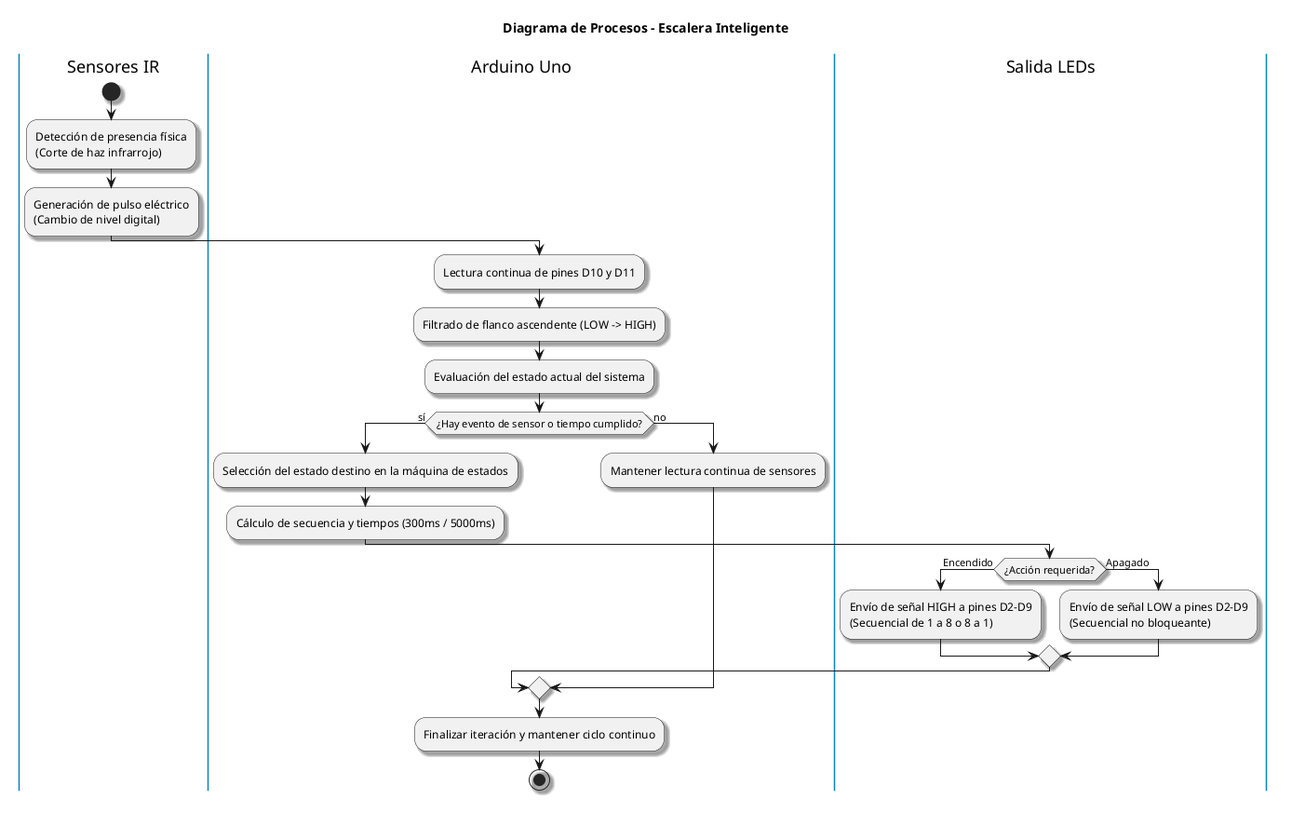
Earlier version of the PlantUML export docs/imagenes/diagrama-procesos.png (Stirven0/Lus-Escaleras-Arduino). The source it was exported from:
```plantuml
@startuml diagrama-procesos
title Diagrama de Procesos - Escalera Inteligente

skinparam shadowing true
skinparam swimlane {
  BorderColor #0284C7
  BackgroundColor #F0F9FF
  FontName Arial
  FontSize 12
}

|Sensores IR|
start
:Detección de presencia física\n(Corte de haz infrarrojo);
:Generación de pulso eléctrico\n(Cambio de nivel digital);

|Arduino Uno|
:Lectura continua de pines D10 y D11;
:Filtrado de flanco ascendente (LOW -> HIGH);
:Evaluación del estado actual del sistema;

if (¿Hay evento de sensor o tiempo cumplido?) then (sí)
  :Selección del estado destino en la máquina de estados;
  :Cálculo de secuencia y tiempos (300ms / 5000ms);

  |Salida LEDs|
  if (¿Acción requerida?) then (Encendido)
    :Envío de señal HIGH a pines D2-D9\n(Secuencial de 1 a 8 o 8 a 1);
  else (Apagado)
    :Envío de señal LOW a pines D2-D9\n(Secuencial no bloqueante);
  endif

else (no)
  |Arduino Uno|
  :Mantener lectura continua de sensores;
endif

|Arduino Uno|
:Finalizar iteración y mantener ciclo continuo;

stop
@enduml
```
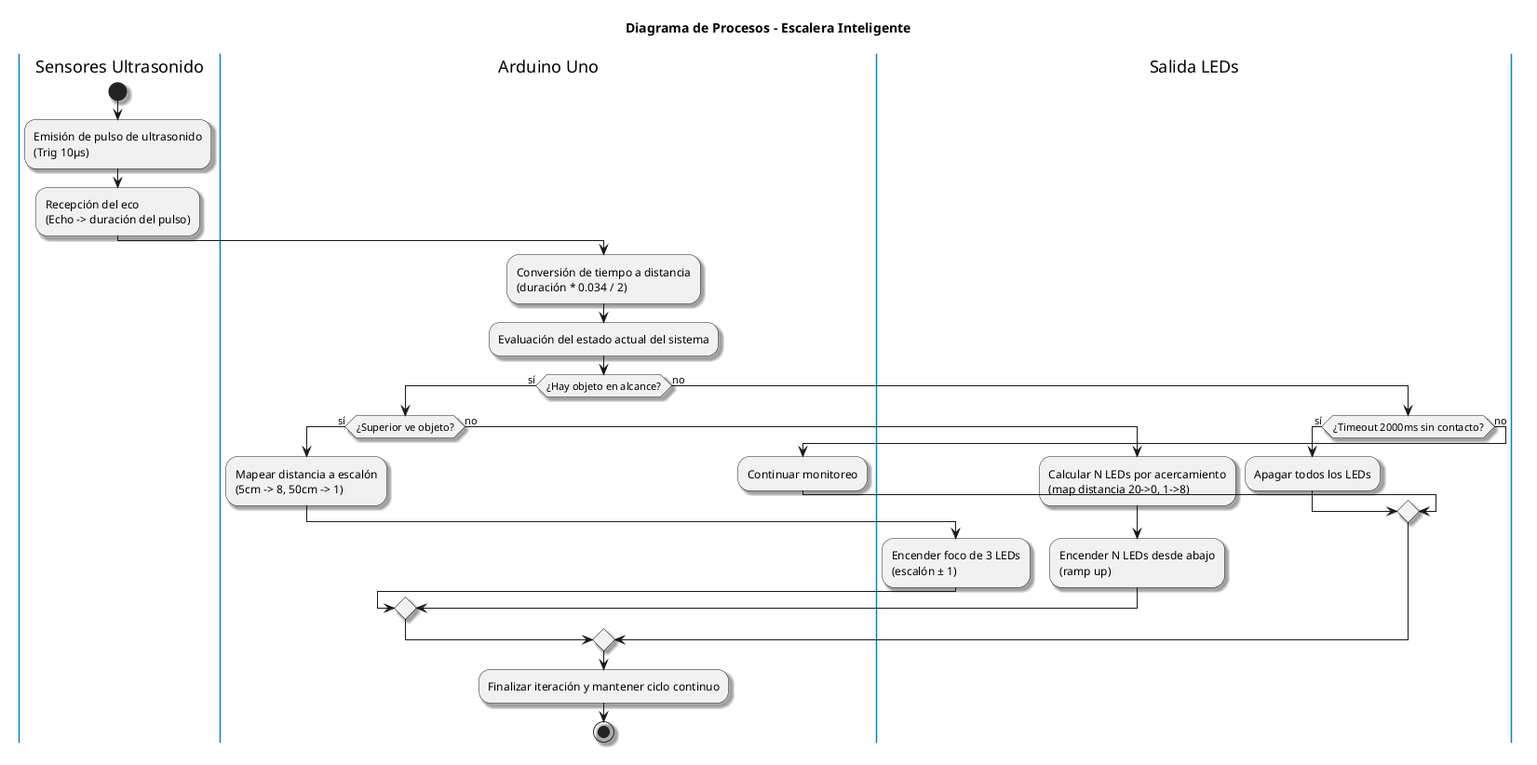
Later version of the same file.

Diff of the diagram source:
```diff
@@ -9,30 +9,32 @@
   FontSize 12
 }
 
-|Sensores IR|
+|Sensores Ultrasonido|
 start
-:Detección de presencia física\n(Corte de haz infrarrojo);
-:Generación de pulso eléctrico\n(Cambio de nivel digital);
+:Emisión de pulso de ultrasonido\n(Trig 10µs);
+:Recepción del eco\n(Echo -> duración del pulso);
 
 |Arduino Uno|
-:Lectura continua de pines D10 y D11;
-:Filtrado de flanco ascendente (LOW -> HIGH);
+:Conversión de tiempo a distancia\n(duración * 0.034 / 2);
 :Evaluación del estado actual del sistema;
-
-if (¿Hay evento de sensor o tiempo cumplido?) then (sí)
-  :Selección del estado destino en la máquina de estados;
-  :Cálculo de secuencia y tiempos (300ms / 5000ms);
-
-  |Salida LEDs|
-  if (¿Acción requerida?) then (Encendido)
-    :Envío de señal HIGH a pines D2-D9\n(Secuencial de 1 a 8 o 8 a 1);
-  else (Apagado)
-    :Envío de señal LOW a pines D2-D9\n(Secuencial no bloqueante);
+if (¿Hay objeto en alcance?) then (sí)
+  if (¿Superior ve objeto?) then (sí)
+    :Mapear distancia a escalón\n(5cm -> 8, 50cm -> 1);
+    |Salida LEDs|
+    :Encender foco de 3 LEDs\n(escalón ± 1);
+  else (no)
+    :Calcular N LEDs por acercamiento\n(map distancia 20->0, 1->8);
+    |Salida LEDs|
+    :Encender N LEDs desde abajo\n(ramp up);
   endif
-
 else (no)
-  |Arduino Uno|
-  :Mantener lectura continua de sensores;
+  if (¿Timeout 2000ms sin contacto?) then (sí)
+    |Salida LEDs|
+    :Apagar todos los LEDs;
+  else (no)
+    |Arduino Uno|
+    :Continuar monitoreo;
+  endif
 endif
 
 |Arduino Uno|
```
